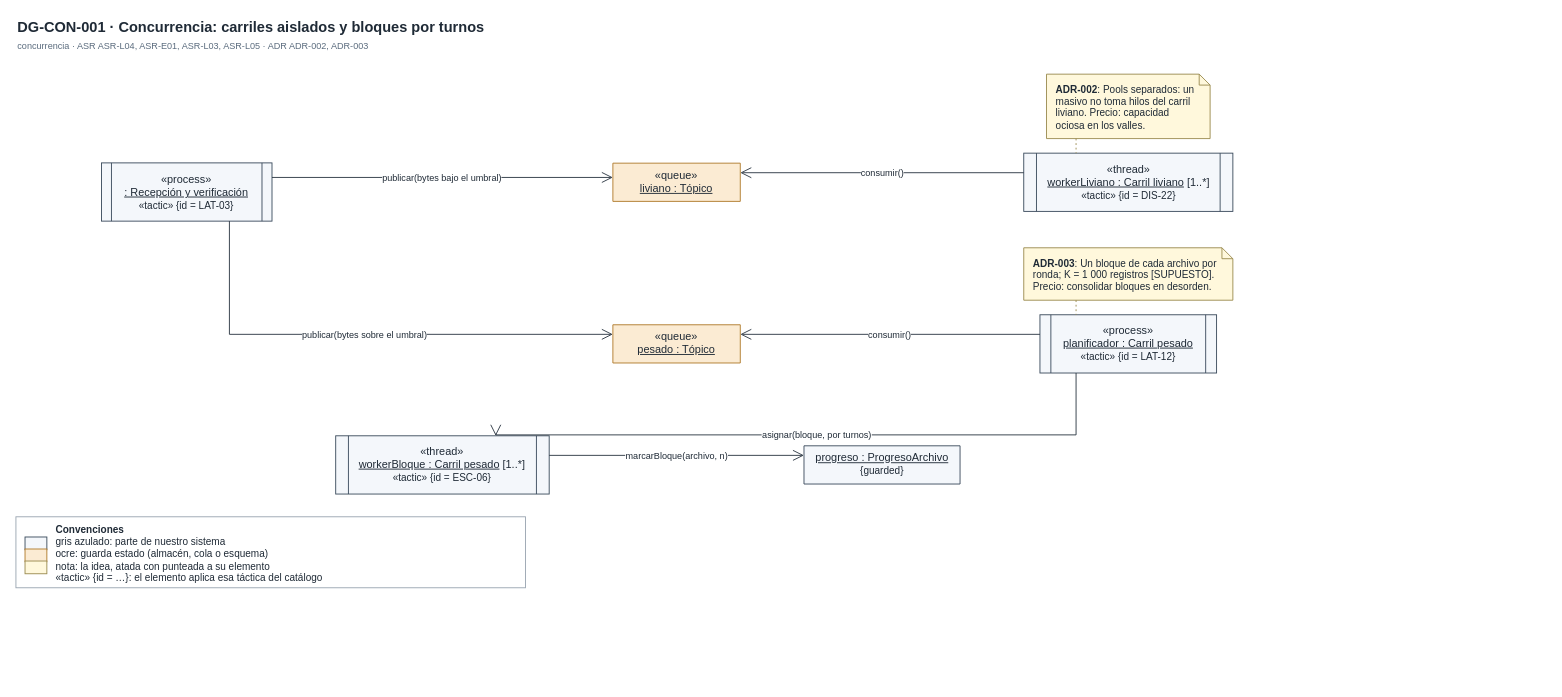
MATI-MBIT/arqsoft-reto-4 keeps this draw.io diagram as page "DG-CON-001 · Carriles y bloques" (49 of 51) of docs/modelos/drawio/orquidea.drawio. Above is the earlier version. Source tidied: cells renumbered, new cells numbered last; positions are measured from the earlier drawing's top-left corner, leaving out a move shared by most shapes. Both pictures are drawn from the tidied source at 91%, with x=0, y=0 at pixel (15, 15).
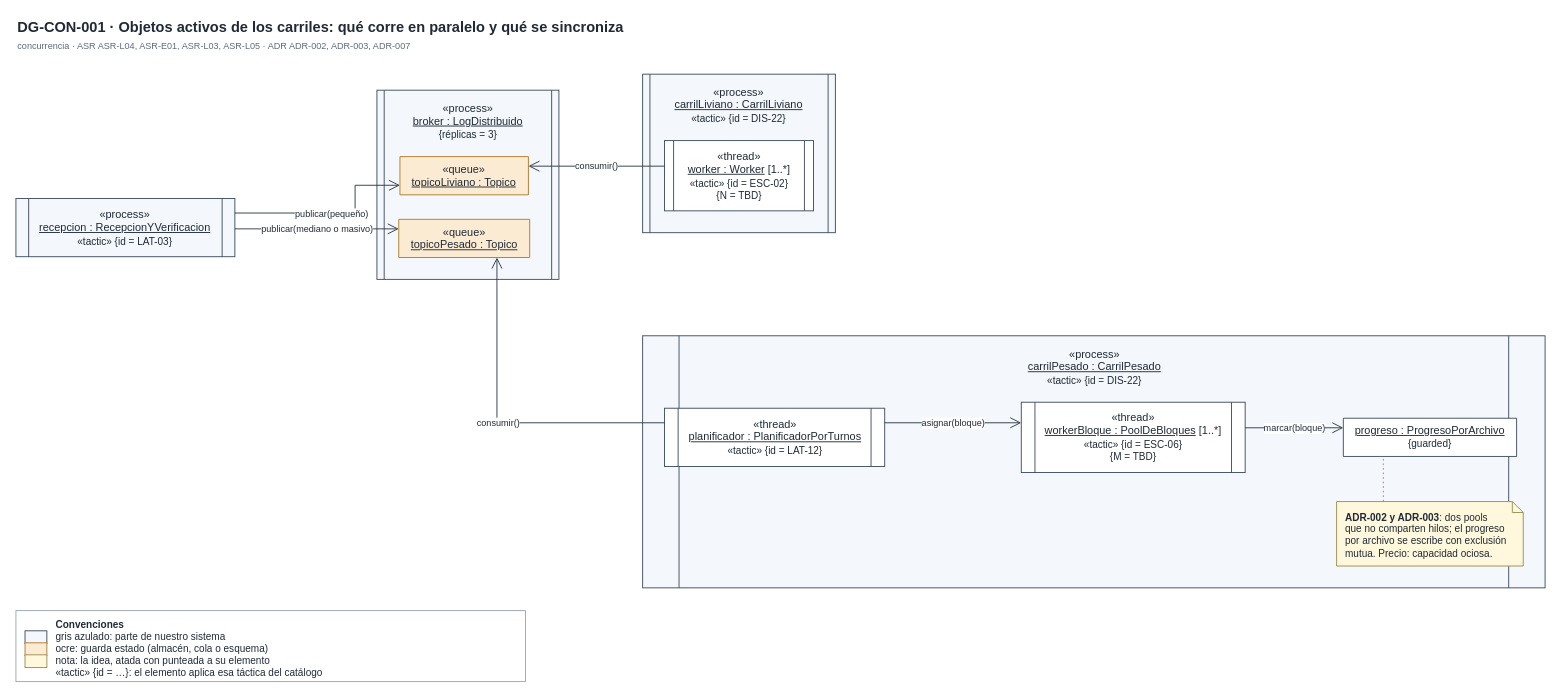
The same diagram, later.

The edit, as a diff of the source:
```diff
@@
-    <mxCell id="2" value="&lt;b&gt;DG-CON-001&lt;/b&gt; · Concurrencia: carriles aislados y bloques por turnos" style="text;html=1;align=left;verticalAlign=middle;fontSize=16;fontStyle=1;fontColor=#1F2A36;" parent="1" vertex="1">
-      <mxGeometry width="1337.3" height="24" as="geometry" />
+    <mxCell id="2" value="&lt;b&gt;DG-CON-001&lt;/b&gt; · Objetos activos de los carriles: qué corre en paralelo y qué se sincroniza" style="text;html=1;align=left;verticalAlign=middle;fontSize=16;fontStyle=1;fontColor=#1F2A36;" parent="1" vertex="1">
+      <mxGeometry width="1680.4" height="24" as="geometry" />
     </mxCell>
-    <mxCell id="3" value="concurrencia · ASR ASR-L04, ASR-E01, ASR-L03, ASR-L05 · ADR ADR-002, ADR-003" style="text;html=1;align=left;verticalAlign=middle;fontSize=10;fontColor=#5A6B7D;" parent="1" vertex="1">
-      <mxGeometry y="26" width="1337.3" height="14" as="geometry" />
+    <mxCell id="3" value="concurrencia · ASR ASR-L04, ASR-E01, ASR-L03, ASR-L05 · ADR ADR-002, ADR-003, ADR-007" style="text;html=1;align=left;verticalAlign=middle;fontSize=10;fontColor=#5A6B7D;" parent="1" vertex="1">
+      <mxGeometry y="26" width="1680.4" height="14" as="geometry" />
     </mxCell>
-    <mxCell id="4" value="«process»&lt;br&gt;&lt;u&gt;: Recepción y verificación&lt;/u&gt;&lt;br&gt;&lt;font style=&quot;font-size:11px&quot;&gt;«tactic» {id = LAT-03}&lt;/font&gt;" style="shape=process;whiteSpace=wrap;html=1;backgroundOutline=1;size=0.06;fontSize=12;estereotipo=process;fillColor=#F4F7FB;strokeColor=#3B4B5C;fila=T1;fontColor=#1F2A36;capa=0;" parent="1" vertex="1">
-      <mxGeometry x="94" y="161.5" width="187.4" height="64" as="geometry" />
-    </mxCell>
-    <mxCell id="5" value="«queue»&lt;br&gt;&lt;u&gt;liviano : Tópico&lt;/u&gt;" style="swimlane;fontStyle=0;align=center;verticalAlign=top;horizontal=1;startSize=42;whiteSpace=wrap;html=1;fontSize=12;estereotipo=queue;fillColor=#FBEBD3;strokeColor=#B07A2A;fila=T3;fontColor=#1F2A36;" parent="1" vertex="1">
-      <mxGeometry x="656" y="161.8" width="140" height="42" as="geometry" />
-    </mxCell>
-    <mxCell id="6" value="«queue»&lt;br&gt;&lt;u&gt;pesado : Tópico&lt;/u&gt;" style="swimlane;fontStyle=0;align=center;verticalAlign=top;horizontal=1;startSize=42;whiteSpace=wrap;html=1;fontSize=12;estereotipo=queue;fillColor=#FBEBD3;strokeColor=#B07A2A;fila=T3;fontColor=#1F2A36;" parent="1" vertex="1">
-      <mxGeometry x="656" y="339.4" width="140" height="42" as="geometry" />
-    </mxCell>
-    <mxCell id="7" value="«thread»&lt;br&gt;&lt;u&gt;workerLiviano : Carril liviano&lt;/u&gt; [1..*]&lt;br&gt;&lt;font style=&quot;font-size:11px&quot;&gt;«tactic» {id = DIS-22}&lt;/font&gt;" style="shape=process;whiteSpace=wrap;html=1;backgroundOutline=1;size=0.06;fontSize=12;estereotipo=thread;fillColor=#F4F7FB;strokeColor=#3B4B5C;fila=T1;fontColor=#1F2A36;capa=2;" parent="1" vertex="1">
-      <mxGeometry x="1107.5" y="150.8" width="229.8" height="64" as="geometry" />
-    </mxCell>
-    <mxCell id="8" value="«process»&lt;br&gt;&lt;u&gt;planificador : Carril pesado&lt;/u&gt;&lt;br&gt;&lt;font style=&quot;font-size:11px&quot;&gt;«tactic» {id = LAT-12}&lt;/font&gt;" style="shape=process;whiteSpace=wrap;html=1;backgroundOutline=1;size=0.06;fontSize=12;estereotipo=process;fillColor=#F4F7FB;strokeColor=#3B4B5C;fila=T1;fontColor=#1F2A36;capa=2;" parent="1" vertex="1">
-      <mxGeometry x="1125.3" y="328.4" width="194.1" height="64" as="geometry" />
-    </mxCell>
-    <mxCell id="9" value="«thread»&lt;br&gt;&lt;u&gt;workerBloque : Carril pesado&lt;/u&gt; [1..*]&lt;br&gt;&lt;font style=&quot;font-size:11px&quot;&gt;«tactic» {id = ESC-06}&lt;/font&gt;" style="shape=process;whiteSpace=wrap;html=1;backgroundOutline=1;size=0.06;fontSize=12;estereotipo=thread;fillColor=#F4F7FB;strokeColor=#3B4B5C;fila=T1;fontColor=#1F2A36;" parent="1" vertex="1">
-      <mxGeometry x="351.4" y="461.4" width="234.6" height="64" as="geometry" />
-    </mxCell>
-    <mxCell id="10" value="&lt;u&gt;progreso : ProgresoArchivo&lt;/u&gt;&lt;br&gt;&lt;font style=&quot;font-size:11px&quot;&gt;{guarded}&lt;/font&gt;" style="swimlane;fontStyle=0;align=center;verticalAlign=top;horizontal=1;startSize=42;whiteSpace=wrap;html=1;fontSize=12;fillColor=#F4F7FB;strokeColor=#3B4B5C;fila=T1;fontColor=#1F2A36;" parent="1" vertex="1">
-      <mxGeometry x="866" y="472.4" width="171.5" height="42" as="geometry" />
-    </mxCell>
-    <mxCell id="11" value="&lt;b&gt;ADR-002&lt;/b&gt;: Pools separados: un&lt;br&gt;masivo no toma hilos del carril&lt;br&gt;liviano. Precio: capacidad&lt;br&gt;ociosa en los valles." style="shape=note;html=1;size=12;fontSize=11;align=left;verticalAlign=top;spacingLeft=8;spacingRight=14;spacingTop=4;fillColor=#FFF8DC;strokeColor=#9A8B4F;fila=T8;fontColor=#1F2A36;" parent="1" vertex="1">
-      <mxGeometry x="1132.5" y="64" width="179.8" height="70.8" as="geometry" />
-    </mxCell>
-    <mxCell id="12" value="&lt;b&gt;ADR-003&lt;/b&gt;: Un bloque de cada archivo por&lt;br&gt;ronda; K = 1 000 registros [SUPUESTO].&lt;br&gt;Precio: consolidar bloques en desorden." style="shape=note;html=1;size=12;fontSize=11;align=left;verticalAlign=top;spacingLeft=8;spacingRight=14;spacingTop=4;fillColor=#FFF8DC;strokeColor=#9A8B4F;fila=T8;fontColor=#1F2A36;" parent="1" vertex="1">
-      <mxGeometry x="1107.5" y="254.8" width="229.8" height="57.6" as="geometry" />
-    </mxCell>
+    <mxCell id="25" value="«process»&lt;br&gt;&lt;u&gt;recepcion : RecepcionYVerificacion&lt;/u&gt;&lt;br&gt;&lt;font style=&quot;font-size:11px&quot;&gt;«tactic» {id = LAT-03}&lt;/font&gt;" style="shape=process;whiteSpace=wrap;html=1;backgroundOutline=1;size=0.06;fontSize=12;estereotipo=process;fillColor=#F4F7FB;strokeColor=#3B4B5C;fila=T1;fontColor=#1F2A36;capa=0;" parent="1" vertex="1">
+      <mxGeometry y="200.6" width="240.6" height="64" as="geometry" />
+    </mxCell>
+    <mxCell id="26" value="«process»&lt;br&gt;&lt;u&gt;broker : LogDistribuido&lt;/u&gt;&lt;br&gt;&lt;font style=&quot;font-size:11px&quot;&gt;{réplicas = 3}&lt;/font&gt;" style="shape=process;whiteSpace=wrap;html=1;backgroundOutline=1;size=0.04;fontSize=12;verticalAlign=top;spacingTop=6;estereotipo=process;fillColor=#F4F7FB;strokeColor=#3B4B5C;fila=T1;fontColor=#1F2A36;capa=1;" parent="1" vertex="1">
+      <mxGeometry x="396.7" y="81.6" width="200" height="207.9" as="geometry" />
+    </mxCell>
+    <mxCell id="27" value="«queue»&lt;br&gt;&lt;u&gt;topicoLiviano : Topico&lt;/u&gt;" style="swimlane;fontStyle=0;align=center;verticalAlign=top;horizontal=1;startSize=42;whiteSpace=wrap;html=1;fontSize=12;estereotipo=queue;fillColor=#FBEBD3;strokeColor=#B07A2A;fila=T3;fontColor=#1F2A36;capa=1;" parent="26" vertex="1">
+      <mxGeometry x="25.3" y="73" width="141.2" height="42" as="geometry" />
+    </mxCell>
+    <mxCell id="28" value="«queue»&lt;br&gt;&lt;u&gt;topicoPesado : Topico&lt;/u&gt;" style="swimlane;fontStyle=0;align=center;verticalAlign=top;horizontal=1;startSize=42;whiteSpace=wrap;html=1;fontSize=12;estereotipo=queue;fillColor=#FBEBD3;strokeColor=#B07A2A;fila=T3;fontColor=#1F2A36;capa=1;" parent="26" vertex="1">
+      <mxGeometry x="24" y="141.9" width="143.9" height="42" as="geometry" />
+    </mxCell>
+    <mxCell id="29" value="«process»&lt;br&gt;&lt;u&gt;carrilLiviano : CarrilLiviano&lt;/u&gt;&lt;br&gt;&lt;font style=&quot;font-size:11px&quot;&gt;«tactic» {id = DIS-22}&lt;/font&gt;" style="shape=process;whiteSpace=wrap;html=1;backgroundOutline=1;size=0.04;fontSize=12;verticalAlign=top;spacingTop=6;estereotipo=process;fillColor=#F4F7FB;strokeColor=#3B4B5C;fila=T1;fontColor=#1F2A36;capa=2;" parent="1" vertex="1">
+      <mxGeometry x="688.7" y="64" width="211.8" height="174.2" as="geometry" />
+    </mxCell>
+    <mxCell id="30" value="«thread»&lt;br&gt;&lt;u&gt;worker : Worker&lt;/u&gt; [1..*]&lt;br&gt;&lt;font style=&quot;font-size:11px&quot;&gt;«tactic» {id = ESC-02}&lt;/font&gt;&lt;br&gt;&lt;font style=&quot;font-size:11px&quot;&gt;{N = TBD}&lt;/font&gt;" style="shape=process;whiteSpace=wrap;html=1;backgroundOutline=1;size=0.06;fontSize=12;estereotipo=thread;fillColor=#FFFFFF;strokeColor=#3B4B5C;fila=T1′;fontColor=#1F2A36;capa=2;" parent="29" vertex="1">
+      <mxGeometry x="24" y="73" width="163.8" height="77.2" as="geometry" />
+    </mxCell>
+    <mxCell id="31" value="«process»&lt;br&gt;&lt;u&gt;carrilPesado : CarrilPesado&lt;/u&gt;&lt;br&gt;&lt;font style=&quot;font-size:11px&quot;&gt;«tactic» {id = DIS-22}&lt;/font&gt;" style="shape=process;whiteSpace=wrap;html=1;backgroundOutline=1;size=0.04;fontSize=12;verticalAlign=top;spacingTop=6;estereotipo=process;fillColor=#F4F7FB;strokeColor=#3B4B5C;fila=T1;fontColor=#1F2A36;capa=2;" parent="1" vertex="1">
+      <mxGeometry x="688.7" y="351.5" width="991.7" height="277" as="geometry" />
+    </mxCell>
+    <mxCell id="32" value="«thread»&lt;br&gt;&lt;u&gt;planificador : PlanificadorPorTurnos&lt;/u&gt;&lt;br&gt;&lt;font style=&quot;font-size:11px&quot;&gt;«tactic» {id = LAT-12}&lt;/font&gt;" style="shape=process;whiteSpace=wrap;html=1;backgroundOutline=1;size=0.06;fontSize=12;estereotipo=thread;fillColor=#FFFFFF;strokeColor=#3B4B5C;fila=T1′;fontColor=#1F2A36;capa=2;" parent="31" vertex="1">
+      <mxGeometry x="24" y="79.6" width="242" height="64" as="geometry" />
+    </mxCell>
+    <mxCell id="33" value="«thread»&lt;br&gt;&lt;u&gt;workerBloque : PoolDeBloques&lt;/u&gt; [1..*]&lt;br&gt;&lt;font style=&quot;font-size:11px&quot;&gt;«tactic» {id = ESC-06}&lt;/font&gt;&lt;br&gt;&lt;font style=&quot;font-size:11px&quot;&gt;{M = TBD}&lt;/font&gt;" style="shape=process;whiteSpace=wrap;html=1;backgroundOutline=1;size=0.06;fontSize=12;estereotipo=thread;fillColor=#FFFFFF;strokeColor=#3B4B5C;fila=T1′;fontColor=#1F2A36;capa=2;" parent="31" vertex="1">
+      <mxGeometry x="416.1" y="73" width="246" height="77.2" as="geometry" />
+    </mxCell>
+    <mxCell id="34" value="&lt;u&gt;progreso : ProgresoPorArchivo&lt;/u&gt;&lt;br&gt;&lt;font style=&quot;font-size:11px&quot;&gt;{guarded}&lt;/font&gt;" style="swimlane;fontStyle=0;align=center;verticalAlign=top;horizontal=1;startSize=42;whiteSpace=wrap;html=1;fontSize=12;fillColor=#FFFFFF;strokeColor=#3B4B5C;fila=T1′;fontColor=#1F2A36;capa=2;" parent="31" vertex="1">
+      <mxGeometry x="770" y="90.6" width="190.4" height="42" as="geometry" />
+    </mxCell>
+    <mxCell id="35" value="&lt;b&gt;ADR-002 y ADR-003&lt;/b&gt;: dos pools&lt;br&gt;que no comparten hilos; el progreso&lt;br&gt;por archivo se escribe con exclusión&lt;br&gt;mutua. Precio: capacidad ociosa." style="shape=note;html=1;size=12;fontSize=11;align=left;verticalAlign=top;spacingLeft=8;spacingRight=14;spacingTop=4;fillColor=#FFF8DC;strokeColor=#9A8B4F;fila=T8;fontColor=#1F2A36;" parent="31" vertex="1">
+      <mxGeometry x="762.6" y="182.2" width="205.1" height="70.8" as="geometry" />
+    </mxCell>
-    <mxCell id="13" value="publicar(bytes bajo el umbral)" style="endArrow=open;endSize=10;html=1;rounded=0;fontSize=10;labelBackgroundColor=#FFFFFF;strokeColor=#2B3642;fontColor=#1F2A36;rel=mensaje;" parent="1" edge="1" source="4" target="5">
+    <mxCell id="13" value="publicar(pequeño)" style="endArrow=open;endSize=10;html=1;rounded=0;fontSize=10;labelBackgroundColor=#FFFFFF;strokeColor=#2B3642;fontColor=#1F2A36;rel=mensaje;" parent="1" edge="1" source="25" target="27">
       <mxGeometry relative="1" as="geometry">
         <Array as="points">
-          <mxPoint x="281.4" y="177.5" />
-          <mxPoint x="656" y="177.5" />
+          <mxPoint x="240.6" y="216.6" />
+          <mxPoint x="372.7" y="216.6" />
+          <mxPoint x="372.7" y="186.1" />
+          <mxPoint x="422" y="186.1" />
         </Array>
       </mxGeometry>
     </mxCell>
-    <mxCell id="14" value="publicar(bytes sobre el umbral)" style="endArrow=open;endSize=10;html=1;rounded=0;fontSize=10;labelBackgroundColor=#FFFFFF;strokeColor=#2B3642;fontColor=#1F2A36;rel=mensaje;" parent="1" edge="1" source="4" target="6">
+    <mxCell id="14" value="publicar(mediano o masivo)" style="endArrow=open;endSize=10;html=1;rounded=0;fontSize=10;labelBackgroundColor=#FFFFFF;strokeColor=#2B3642;fontColor=#1F2A36;rel=mensaje;" parent="1" edge="1" source="25" target="28">
       <mxGeometry relative="1" as="geometry">
         <Array as="points">
-          <mxPoint x="234.6" y="225.5" />
-          <mxPoint x="234.6" y="349.9" />
-          <mxPoint x="656" y="349.9" />
+          <mxPoint x="240.6" y="234" />
+          <mxPoint x="420.7" y="234" />
         </Array>
       </mxGeometry>
     </mxCell>
-    <mxCell id="15" value="consumir()" style="endArrow=open;endSize=10;html=1;rounded=0;fontSize=10;labelBackgroundColor=#FFFFFF;strokeColor=#2B3642;fontColor=#1F2A36;flujo=inverso;rel=mensaje;" parent="1" edge="1" source="7" target="5">
+    <mxCell id="15" value="consumir()" style="endArrow=open;endSize=10;html=1;rounded=0;fontSize=10;labelBackgroundColor=#FFFFFF;strokeColor=#2B3642;fontColor=#1F2A36;flujo=inverso;rel=mensaje;" parent="1" edge="1" source="30" target="27">
       <mxGeometry relative="1" as="geometry">
         <Array as="points">
-          <mxPoint x="1107.5" y="172.3" />
-          <mxPoint x="796" y="172.3" />
+          <mxPoint x="712.7" y="165.1" />
+          <mxPoint x="563.2" y="165.1" />
         </Array>
       </mxGeometry>
     </mxCell>
-    <mxCell id="16" value="consumir()" style="endArrow=open;endSize=10;html=1;rounded=0;fontSize=10;labelBackgroundColor=#FFFFFF;strokeColor=#2B3642;fontColor=#1F2A36;flujo=inverso;rel=mensaje;" parent="1" edge="1" source="8" target="6">
+    <mxCell id="16" value="consumir()" style="endArrow=open;endSize=10;html=1;rounded=0;fontSize=10;labelBackgroundColor=#FFFFFF;strokeColor=#2B3642;fontColor=#1F2A36;flujo=inverso;rel=mensaje;" parent="1" edge="1" source="32" target="28">
       <mxGeometry relative="1" as="geometry">
         <Array as="points">
-          <mxPoint x="1125.3" y="349.9" />
-          <mxPoint x="796" y="349.9" />
+          <mxPoint x="712.7" y="447.1" />
+          <mxPoint x="528.6" y="447.1" />
+          <mxPoint x="528.6" y="265.5" />
         </Array>
       </mxGeometry>
     </mxCell>
-    <mxCell id="17" value="asignar(bloque, por turnos)" style="endArrow=open;endSize=10;html=1;rounded=0;fontSize=10;labelBackgroundColor=#FFFFFF;strokeColor=#2B3642;fontColor=#1F2A36;rel=mensaje;" parent="1" edge="1" source="8" target="9">
+    <mxCell id="17" value="asignar(bloque)" style="endArrow=open;endSize=10;html=1;rounded=0;fontSize=10;labelBackgroundColor=#FFFFFF;strokeColor=#2B3642;fontColor=#1F2A36;rel=mensaje;" parent="1" edge="1" source="32" target="33">
       <mxGeometry relative="1" as="geometry">
         <Array as="points">
-          <mxPoint x="1165" y="392.4" />
-          <mxPoint x="1165" y="460.4" />
-          <mxPoint x="527.3" y="460.4" />
-          <mxPoint x="527.3" y="461.4" />
+          <mxPoint x="954.7" y="447.1" />
+          <mxPoint x="1104.8" y="447.1" />
         </Array>
       </mxGeometry>
     </mxCell>
-    <mxCell id="18" value="marcarBloque(archivo, n)" style="endArrow=open;endSize=10;html=1;rounded=0;fontSize=10;labelBackgroundColor=#FFFFFF;strokeColor=#2B3642;fontColor=#1F2A36;rel=mensaje;" parent="1" edge="1" source="9" target="10">
+    <mxCell id="18" value="marcar(bloque)" style="endArrow=open;endSize=10;html=1;rounded=0;fontSize=10;labelBackgroundColor=#FFFFFF;strokeColor=#2B3642;fontColor=#1F2A36;rel=mensaje;" parent="1" edge="1" source="33" target="34">
       <mxGeometry relative="1" as="geometry">
         <Array as="points">
-          <mxPoint x="586" y="482.9" />
-          <mxPoint x="866" y="482.9" />
+          <mxPoint x="1350.8" y="452.6" />
+          <mxPoint x="1458.7" y="452.6" />
         </Array>
       </mxGeometry>
     </mxCell>
-    <mxCell id="19" style="endArrow=none;dashed=1;html=1;strokeColor=#9A8B4F;dashPattern=2 3;" parent="1" edge="1" source="11" target="7">
-      <mxGeometry relative="1" as="geometry">
-        <Array as="points">
-          <mxPoint x="1165" y="134.8" />
-          <mxPoint x="1165" y="150.8" />
-        </Array>
-      </mxGeometry>
-    </mxCell>
-    <mxCell id="20" style="endArrow=none;dashed=1;html=1;strokeColor=#9A8B4F;dashPattern=2 3;" parent="1" edge="1" source="12" target="8">
-      <mxGeometry relative="1" as="geometry">
-        <Array as="points">
-          <mxPoint x="1165" y="312.4" />
-          <mxPoint x="1165" y="328.4" />
-        </Array>
-      </mxGeometry>
-    </mxCell>
+    <mxCell id="36" style="endArrow=none;dashed=1;html=1;strokeColor=#9A8B4F;dashPattern=2 3;" parent="1" edge="1" source="35" target="34">
+      <mxGeometry relative="1" as="geometry">
+        <Array as="points">
+          <mxPoint x="1502.6" y="533.7" />
+          <mxPoint x="1502.6" y="484.1" />
+        </Array>
+      </mxGeometry>
+    </mxCell>
     <mxCell id="21" value="&lt;b&gt;Convenciones&lt;/b&gt;&lt;br&gt;gris azulado: parte de nuestro sistema&lt;br&gt;ocre: guarda estado (almacén, cola o esquema)&lt;br&gt;nota: la idea, atada con punteada a su elemento&lt;br&gt;«tactic» {id = …}: el elemento aplica esa táctica del catálogo" style="text;rounded=0;whiteSpace=wrap;html=1;fillColor=#FFFFFF;strokeColor=#9AA5B1;align=left;verticalAlign=top;spacingLeft=42;spacingTop=2;fontFamily=Helvetica;fontSize=11;fontColor=#1F2A36;" parent="1" vertex="1">
-      <mxGeometry y="550.4" width="560" height="78" as="geometry" />
+      <mxGeometry y="653.5" width="560" height="78" as="geometry" />
     </mxCell>
```
